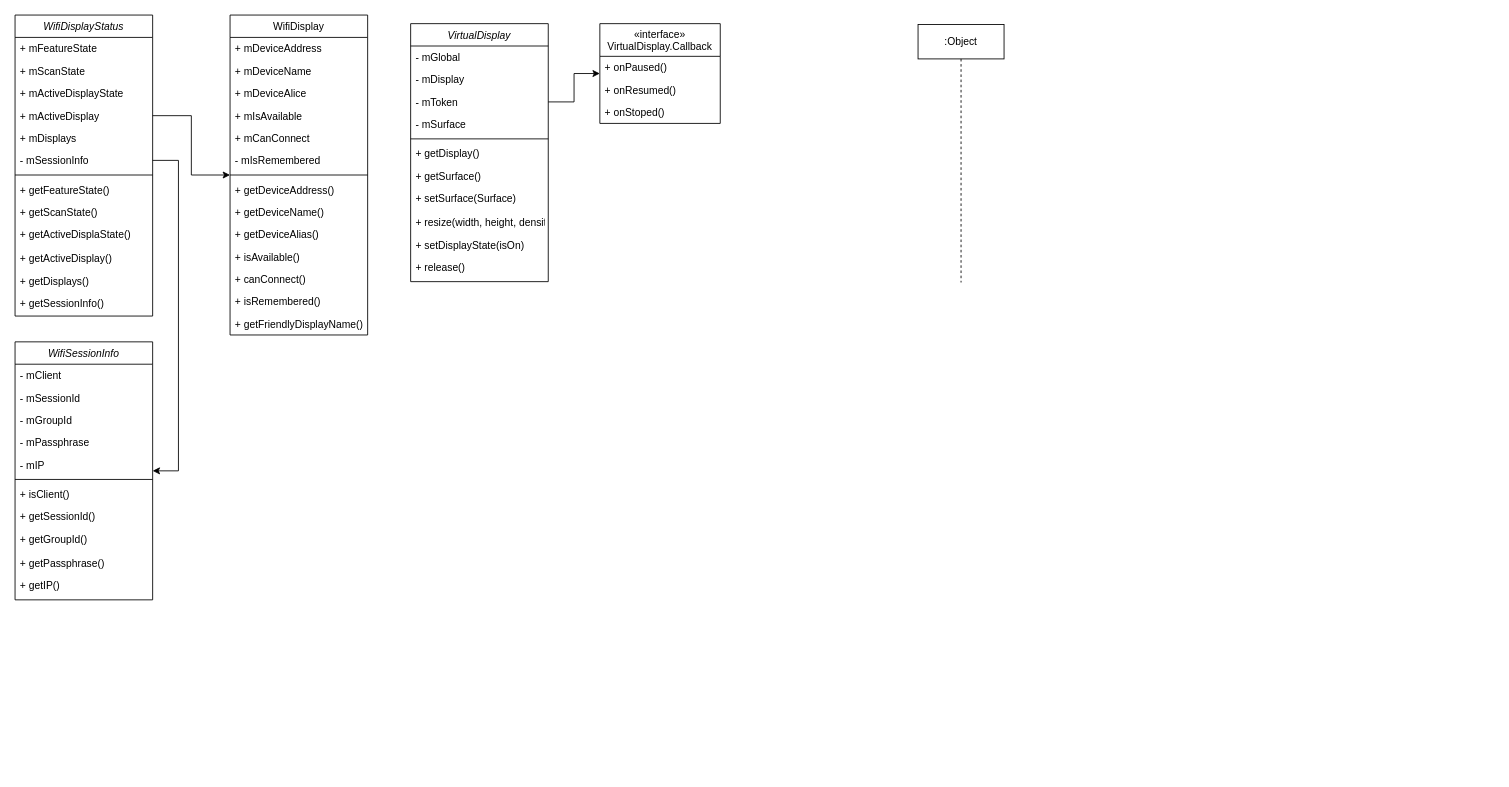
This is cast.drawio from Sejutor/visio, a draw.io file, before an edit. Source tidied: cells renumbered, new cells numbered last; positions are measured from the earlier drawing's top-left corner, leaving out a move shared by most shapes. Both pictures are drawn from the tidied source at 86%, with x=0, y=0 at pixel (15, 15).
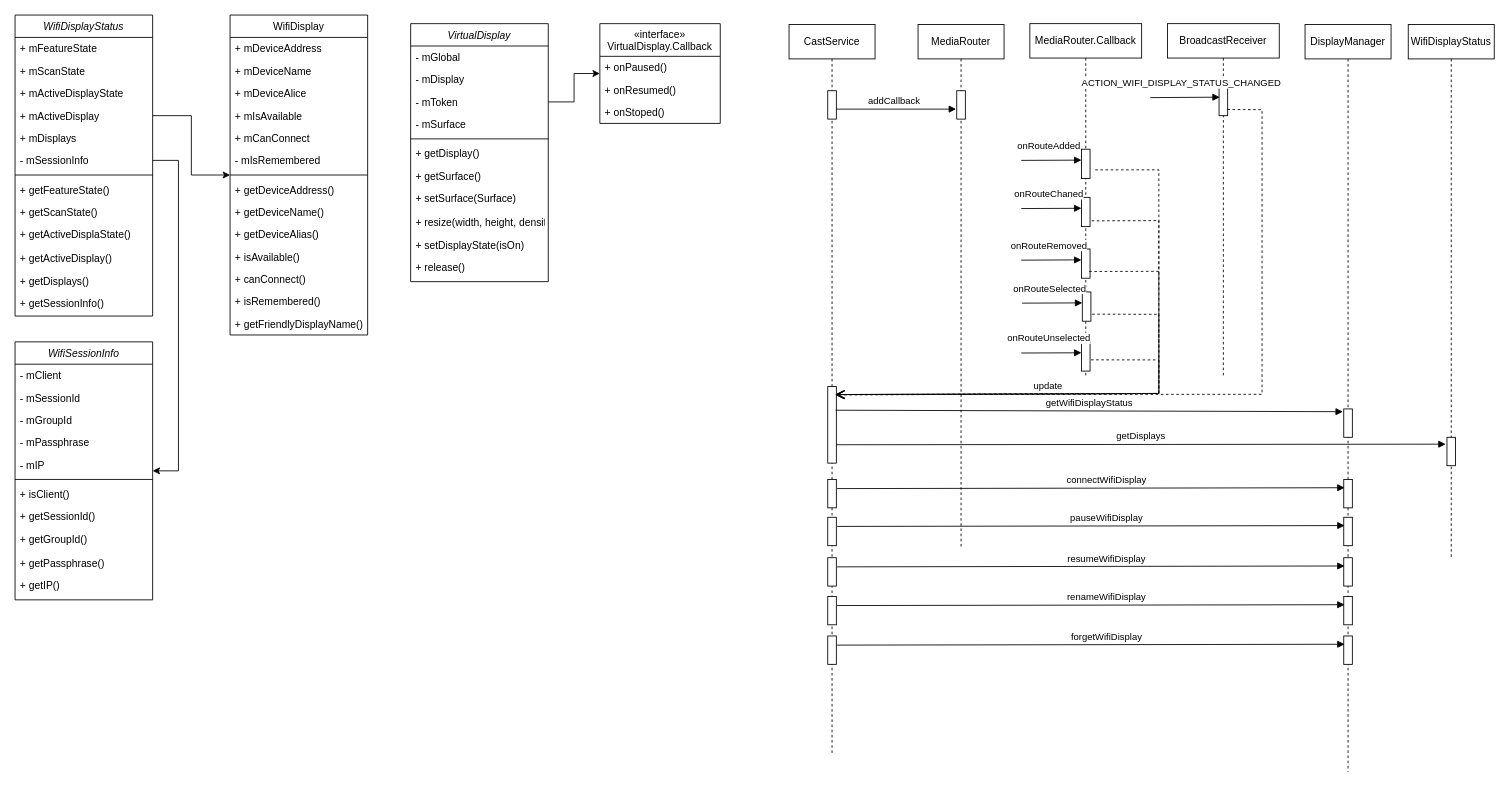
Above is the later version.

Diff of the diagram source:
```diff
@@
-    <mxCell id="62" value=":Object" style="shape=umlLifeline;perimeter=lifelinePerimeter;whiteSpace=wrap;html=1;" parent="1" vertex="1">
-      <mxGeometry x="1050" y="11" width="100" height="300" as="geometry" />
+    <mxCell id="62" value="MediaRouter" style="shape=umlLifeline;perimeter=lifelinePerimeter;whiteSpace=wrap;html=1;" parent="1" vertex="1">
+      <mxGeometry x="1050" y="11" width="100" height="609" as="geometry" />
     </mxCell>
+    <mxCell id="63" style="html=1;points=[];perimeter=orthogonalPerimeter;" parent="62" vertex="1">
+      <mxGeometry x="45" y="77" width="10" height="33" as="geometry" />
+    </mxCell>
+    <mxCell id="64" value="MediaRouter.Callback" style="shape=umlLifeline;perimeter=lifelinePerimeter;whiteSpace=wrap;html=1;" parent="1" vertex="1">
+      <mxGeometry x="1180" y="10" width="130" height="409" as="geometry" />
+    </mxCell>
+    <mxCell id="65" style="html=1;points=[];perimeter=orthogonalPerimeter;" parent="64" vertex="1">
+      <mxGeometry x="60" y="146" width="10" height="34" as="geometry" />
+    </mxCell>
+    <mxCell id="66" value="onRouteAdded" style="html=1;verticalAlign=bottom;endArrow=block;rounded=0;entryX=0.083;entryY=0.5;entryDx=0;entryDy=0;entryPerimeter=0;" parent="64" edge="1">
+      <mxGeometry x="-0.1" y="8" relative="1" as="geometry">
+        <mxPoint x="-10" y="159" as="sourcePoint" />
+        <mxPoint x="60" y="158.7" as="targetPoint" />
+      </mxGeometry>
+    </mxCell>
+    <mxCell id="67" style="html=1;points=[];perimeter=orthogonalPerimeter;" parent="64" vertex="1">
+      <mxGeometry x="60" y="202" width="10" height="34" as="geometry" />
+    </mxCell>
+    <mxCell id="68" value="onRouteChaned" style="html=1;verticalAlign=bottom;endArrow=block;rounded=0;entryX=0.083;entryY=0.5;entryDx=0;entryDy=0;entryPerimeter=0;" parent="64" edge="1">
+      <mxGeometry x="-0.1" y="8" relative="1" as="geometry">
+        <mxPoint x="-10" y="215" as="sourcePoint" />
+        <mxPoint x="60" y="214.7" as="targetPoint" />
+      </mxGeometry>
+    </mxCell>
+    <mxCell id="69" style="html=1;points=[];perimeter=orthogonalPerimeter;" parent="64" vertex="1">
+      <mxGeometry x="60" y="262" width="10" height="34" as="geometry" />
+    </mxCell>
+    <mxCell id="70" value="onRouteRemoved" style="html=1;verticalAlign=bottom;endArrow=block;rounded=0;entryX=0.083;entryY=0.5;entryDx=0;entryDy=0;entryPerimeter=0;" parent="64" edge="1">
+      <mxGeometry x="-0.1" y="8" relative="1" as="geometry">
+        <mxPoint x="-10" y="275" as="sourcePoint" />
+        <mxPoint x="60" y="274.7" as="targetPoint" />
+      </mxGeometry>
+    </mxCell>
+    <mxCell id="71" style="html=1;points=[];perimeter=orthogonalPerimeter;" parent="64" vertex="1">
+      <mxGeometry x="61" y="312" width="10" height="34" as="geometry" />
+    </mxCell>
+    <mxCell id="72" value="onRouteSelected" style="html=1;verticalAlign=bottom;endArrow=block;rounded=0;entryX=0.083;entryY=0.5;entryDx=0;entryDy=0;entryPerimeter=0;" parent="64" edge="1">
+      <mxGeometry x="-0.1" y="8" relative="1" as="geometry">
+        <mxPoint x="-9" y="325" as="sourcePoint" />
+        <mxPoint x="61" y="324.7" as="targetPoint" />
+      </mxGeometry>
+    </mxCell>
+    <mxCell id="73" style="html=1;points=[];perimeter=orthogonalPerimeter;" parent="64" vertex="1">
+      <mxGeometry x="60" y="370" width="10" height="34" as="geometry" />
+    </mxCell>
+    <mxCell id="74" value="onRouteUnselected" style="html=1;verticalAlign=bottom;endArrow=block;rounded=0;entryX=0.083;entryY=0.5;entryDx=0;entryDy=0;entryPerimeter=0;" parent="64" edge="1">
+      <mxGeometry x="-0.1" y="8" relative="1" as="geometry">
+        <mxPoint x="-10" y="383" as="sourcePoint" />
+        <mxPoint x="60" y="382.7" as="targetPoint" />
+      </mxGeometry>
+    </mxCell>
+    <mxCell id="75" value="addCallback" style="html=1;verticalAlign=bottom;endArrow=block;rounded=0;entryX=-0.08;entryY=0.648;entryDx=0;entryDy=0;entryPerimeter=0;" parent="1" edge="1" source="79" target="63">
+      <mxGeometry relative="1" as="geometry" />
+    </mxCell>
+    <mxCell id="76" value="BroadcastReceiver" style="shape=umlLifeline;perimeter=lifelinePerimeter;whiteSpace=wrap;html=1;" parent="1" vertex="1">
+      <mxGeometry x="1340" y="10" width="130" height="409" as="geometry" />
+    </mxCell>
+    <mxCell id="77" style="html=1;points=[];perimeter=orthogonalPerimeter;" parent="76" vertex="1">
+      <mxGeometry x="60" y="64" width="10" height="43" as="geometry" />
+    </mxCell>
+    <mxCell id="78" value="ACTION_WIFI_DISPLAY_STATUS_CHANGED" style="html=1;verticalAlign=bottom;endArrow=block;rounded=0;entryX=0.083;entryY=0.5;entryDx=0;entryDy=0;entryPerimeter=0;" parent="1" edge="1" target="77">
+      <mxGeometry x="-0.1" y="8" relative="1" as="geometry">
+        <mxPoint x="1320" y="96" as="sourcePoint" />
+      </mxGeometry>
+    </mxCell>
+    <mxCell id="79" value="CastService" style="shape=umlLifeline;perimeter=lifelinePerimeter;whiteSpace=wrap;html=1;outlineConnect=0;" parent="1" vertex="1">
+      <mxGeometry x="900" y="11" width="100" height="849" as="geometry" />
+    </mxCell>
+    <mxCell id="80" style="html=1;perimeter=orthogonalPerimeter;" parent="79" vertex="1">
+      <mxGeometry x="45" y="77" width="10" height="33" as="geometry" />
+    </mxCell>
+    <mxCell id="81" style="html=1;points=[];perimeter=orthogonalPerimeter;" parent="79" vertex="1">
+      <mxGeometry x="45" y="421" width="10" height="89" as="geometry" />
+    </mxCell>
+    <mxCell id="82" style="html=1;points=[];perimeter=orthogonalPerimeter;" parent="79" vertex="1">
+      <mxGeometry x="45" y="529" width="10" height="33" as="geometry" />
+    </mxCell>
+    <mxCell id="83" style="html=1;verticalAlign=bottom;endArrow=open;dashed=1;endSize=8;rounded=0;entryX=0.969;entryY=0.104;entryDx=0;entryDy=0;entryPerimeter=0;exitX=1.6;exitY=0.706;exitDx=0;exitDy=0;exitPerimeter=0;" parent="1" edge="1" source="65" target="81">
+      <mxGeometry relative="1" as="geometry">
+        <Array as="points">
+          <mxPoint x="1330" y="180" />
+          <mxPoint x="1330" y="300" />
+          <mxPoint x="1330" y="440" />
+        </Array>
+      </mxGeometry>
+    </mxCell>
+    <mxCell id="84" style="html=1;verticalAlign=bottom;endArrow=open;dashed=1;endSize=8;rounded=0;exitX=1.186;exitY=0.803;exitDx=0;exitDy=0;exitPerimeter=0;entryX=0.92;entryY=0.11;entryDx=0;entryDy=0;entryPerimeter=0;" parent="1" edge="1" source="67" target="81">
+      <mxGeometry relative="1" as="geometry">
+        <Array as="points">
+          <mxPoint x="1330" y="239" />
+          <mxPoint x="1330" y="440" />
+        </Array>
+      </mxGeometry>
+    </mxCell>
+    <mxCell id="85" style="html=1;verticalAlign=bottom;endArrow=open;dashed=1;endSize=8;rounded=0;exitX=0.9;exitY=0.769;exitDx=0;exitDy=0;exitPerimeter=0;entryX=0.957;entryY=0.282;entryDx=0;entryDy=0;entryPerimeter=0;" parent="1" edge="1" source="69">
+      <mxGeometry relative="1" as="geometry">
+        <mxPoint x="954.6" y="441.3" as="targetPoint" />
+        <Array as="points">
+          <mxPoint x="1330" y="298" />
+          <mxPoint x="1330" y="440" />
+        </Array>
+      </mxGeometry>
+    </mxCell>
+    <mxCell id="86" style="html=1;verticalAlign=bottom;endArrow=open;dashed=1;endSize=8;rounded=0;exitX=1.145;exitY=0.759;exitDx=0;exitDy=0;exitPerimeter=0;entryX=0.957;entryY=0.282;entryDx=0;entryDy=0;entryPerimeter=0;" parent="1" edge="1" source="71">
+      <mxGeometry relative="1" as="geometry">
+        <mxPoint x="954.6" y="441.3" as="targetPoint" />
+        <Array as="points">
+          <mxPoint x="1330" y="348" />
+          <mxPoint x="1330" y="440" />
+        </Array>
+      </mxGeometry>
+    </mxCell>
+    <mxCell id="87" value="update" style="html=1;verticalAlign=bottom;endArrow=open;dashed=1;endSize=8;rounded=0;exitX=1.107;exitY=0.615;exitDx=0;exitDy=0;exitPerimeter=0;entryX=0.957;entryY=0.282;entryDx=0;entryDy=0;entryPerimeter=0;" parent="1" edge="1" source="73">
+      <mxGeometry relative="1" as="geometry">
+        <mxPoint x="954.6" y="441.3" as="targetPoint" />
+        <Array as="points">
+          <mxPoint x="1330" y="401" />
+          <mxPoint x="1330" y="440" />
+        </Array>
+      </mxGeometry>
+    </mxCell>
+    <mxCell id="88" style="html=1;verticalAlign=bottom;endArrow=open;dashed=1;endSize=8;rounded=0;entryX=0.943;entryY=0.281;entryDx=0;entryDy=0;entryPerimeter=0;exitX=0.969;exitY=0.834;exitDx=0;exitDy=0;exitPerimeter=0;" parent="1" edge="1" source="77">
+      <mxGeometry relative="1" as="geometry">
+        <mxPoint x="953.4" y="441.3" as="targetPoint" />
+        <Array as="points">
+          <mxPoint x="1450" y="110" />
+          <mxPoint x="1450" y="300" />
+          <mxPoint x="1450" y="441" />
+        </Array>
+      </mxGeometry>
+    </mxCell>
+    <mxCell id="89" value="DisplayManager" style="shape=umlLifeline;perimeter=lifelinePerimeter;whiteSpace=wrap;html=1;" parent="1" vertex="1">
+      <mxGeometry x="1500" y="11" width="100" height="869" as="geometry" />
+    </mxCell>
+    <mxCell id="90" style="html=1;points=[];perimeter=orthogonalPerimeter;" parent="89" vertex="1">
+      <mxGeometry x="45" y="447" width="10" height="33" as="geometry" />
+    </mxCell>
+    <mxCell id="91" style="html=1;points=[];perimeter=orthogonalPerimeter;" parent="89" vertex="1">
+      <mxGeometry x="45" y="529" width="10" height="33" as="geometry" />
+    </mxCell>
+    <mxCell id="92" value="getWifiDisplayStatus" style="html=1;verticalAlign=bottom;endArrow=block;rounded=0;exitX=0.912;exitY=0.309;exitDx=0;exitDy=0;exitPerimeter=0;entryX=-0.1;entryY=0.097;entryDx=0;entryDy=0;entryPerimeter=0;" parent="1" edge="1" source="81" target="90">
+      <mxGeometry relative="1" as="geometry" />
+    </mxCell>
+    <mxCell id="93" value="WifiDisplayStatus" style="shape=umlLifeline;perimeter=lifelinePerimeter;whiteSpace=wrap;html=1;" parent="1" vertex="1">
+      <mxGeometry x="1620" y="11" width="100" height="619" as="geometry" />
+    </mxCell>
+    <mxCell id="94" style="html=1;points=[];perimeter=orthogonalPerimeter;" parent="93" vertex="1">
+      <mxGeometry x="45" y="480" width="10" height="33" as="geometry" />
+    </mxCell>
+    <mxCell id="95" value="getDisplays" style="html=1;verticalAlign=bottom;endArrow=block;rounded=0;exitX=0.975;exitY=0.76;exitDx=0;exitDy=0;exitPerimeter=0;entryX=-0.15;entryY=0.242;entryDx=0;entryDy=0;entryPerimeter=0;" parent="1" edge="1" source="81" target="94">
+      <mxGeometry relative="1" as="geometry" />
+    </mxCell>
+    <mxCell id="96" value="connectWifiDisplay" style="html=1;verticalAlign=bottom;endArrow=block;rounded=0;exitX=1.091;exitY=0.322;exitDx=0;exitDy=0;exitPerimeter=0;entryX=0.1;entryY=0.292;entryDx=0;entryDy=0;entryPerimeter=0;" parent="1" edge="1" source="82" target="91">
+      <mxGeometry x="0.06" relative="1" as="geometry" />
+    </mxCell>
+    <mxCell id="97" style="html=1;points=[];perimeter=orthogonalPerimeter;" parent="1" vertex="1">
+      <mxGeometry x="945" y="584" width="10" height="33" as="geometry" />
+    </mxCell>
+    <mxCell id="98" style="html=1;points=[];perimeter=orthogonalPerimeter;" parent="1" vertex="1">
+      <mxGeometry x="1545" y="584" width="10" height="33" as="geometry" />
+    </mxCell>
+    <mxCell id="99" value="pauseWifiDisplay" style="html=1;verticalAlign=bottom;endArrow=block;rounded=0;exitX=1.091;exitY=0.322;exitDx=0;exitDy=0;exitPerimeter=0;entryX=0.1;entryY=0.292;entryDx=0;entryDy=0;entryPerimeter=0;" parent="1" edge="1" source="97" target="98">
+      <mxGeometry x="0.06" relative="1" as="geometry" />
+    </mxCell>
+    <mxCell id="100" style="html=1;points=[];perimeter=orthogonalPerimeter;" parent="1" vertex="1">
+      <mxGeometry x="945" y="631" width="10" height="33" as="geometry" />
+    </mxCell>
+    <mxCell id="101" style="html=1;points=[];perimeter=orthogonalPerimeter;" parent="1" vertex="1">
+      <mxGeometry x="1545" y="631" width="10" height="33" as="geometry" />
+    </mxCell>
+    <mxCell id="102" value="resumeWifiDisplay" style="html=1;verticalAlign=bottom;endArrow=block;rounded=0;exitX=1.091;exitY=0.322;exitDx=0;exitDy=0;exitPerimeter=0;entryX=0.1;entryY=0.292;entryDx=0;entryDy=0;entryPerimeter=0;" parent="1" edge="1" source="100" target="101">
+      <mxGeometry x="0.06" relative="1" as="geometry" />
+    </mxCell>
+    <mxCell id="103" style="html=1;points=[];perimeter=orthogonalPerimeter;" parent="1" vertex="1">
+      <mxGeometry x="945" y="676" width="10" height="33" as="geometry" />
+    </mxCell>
+    <mxCell id="104" style="html=1;points=[];perimeter=orthogonalPerimeter;" parent="1" vertex="1">
+      <mxGeometry x="1545" y="676" width="10" height="33" as="geometry" />
+    </mxCell>
+    <mxCell id="105" value="renameWifiDisplay" style="html=1;verticalAlign=bottom;endArrow=block;rounded=0;exitX=1.091;exitY=0.322;exitDx=0;exitDy=0;exitPerimeter=0;entryX=0.1;entryY=0.292;entryDx=0;entryDy=0;entryPerimeter=0;" parent="1" edge="1" source="103" target="104">
+      <mxGeometry x="0.06" relative="1" as="geometry" />
+    </mxCell>
+    <mxCell id="106" style="html=1;points=[];perimeter=orthogonalPerimeter;" parent="1" vertex="1">
+      <mxGeometry x="945" y="722" width="10" height="33" as="geometry" />
+    </mxCell>
+    <mxCell id="107" style="html=1;points=[];perimeter=orthogonalPerimeter;" parent="1" vertex="1">
+      <mxGeometry x="1545" y="722" width="10" height="33" as="geometry" />
+    </mxCell>
+    <mxCell id="108" value="forgetWifiDisplay" style="html=1;verticalAlign=bottom;endArrow=block;rounded=0;exitX=1.091;exitY=0.322;exitDx=0;exitDy=0;exitPerimeter=0;entryX=0.1;entryY=0.292;entryDx=0;entryDy=0;entryPerimeter=0;" parent="1" edge="1" source="106" target="107">
+      <mxGeometry x="0.06" relative="1" as="geometry" />
+    </mxCell>
```
